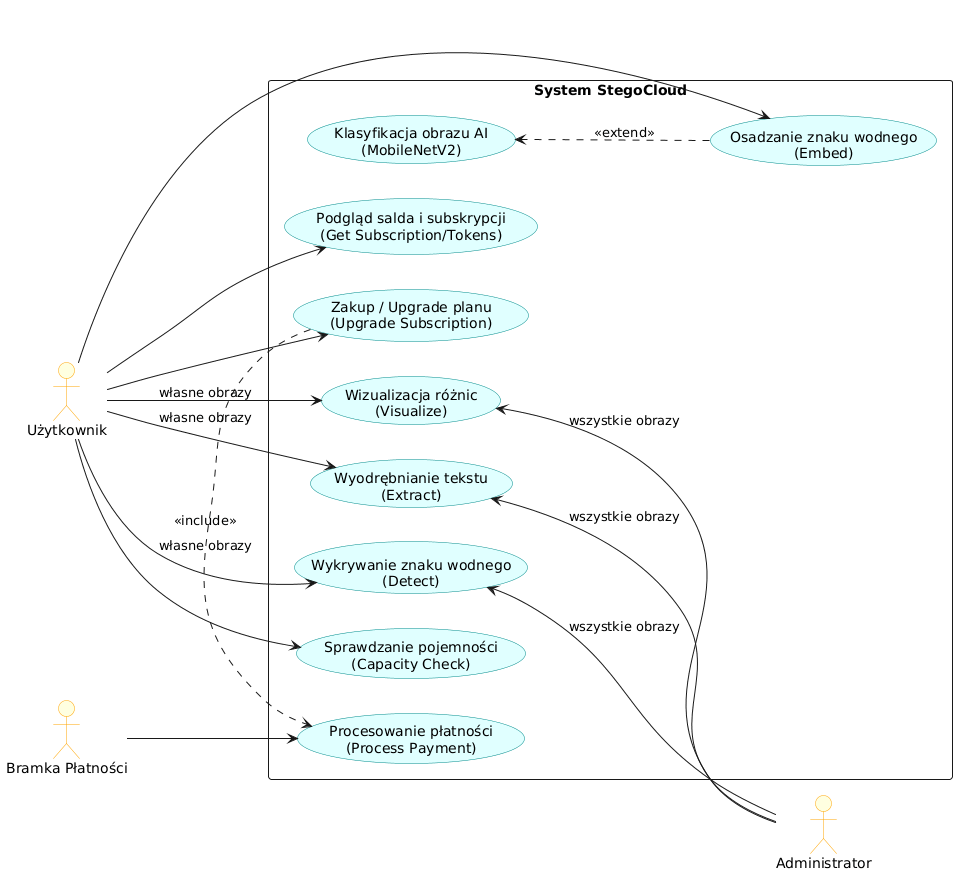
Before: dokumentacja/use_cases.png, a diagram exported from PlantUML (MateuszKosowski/pl-java2026).
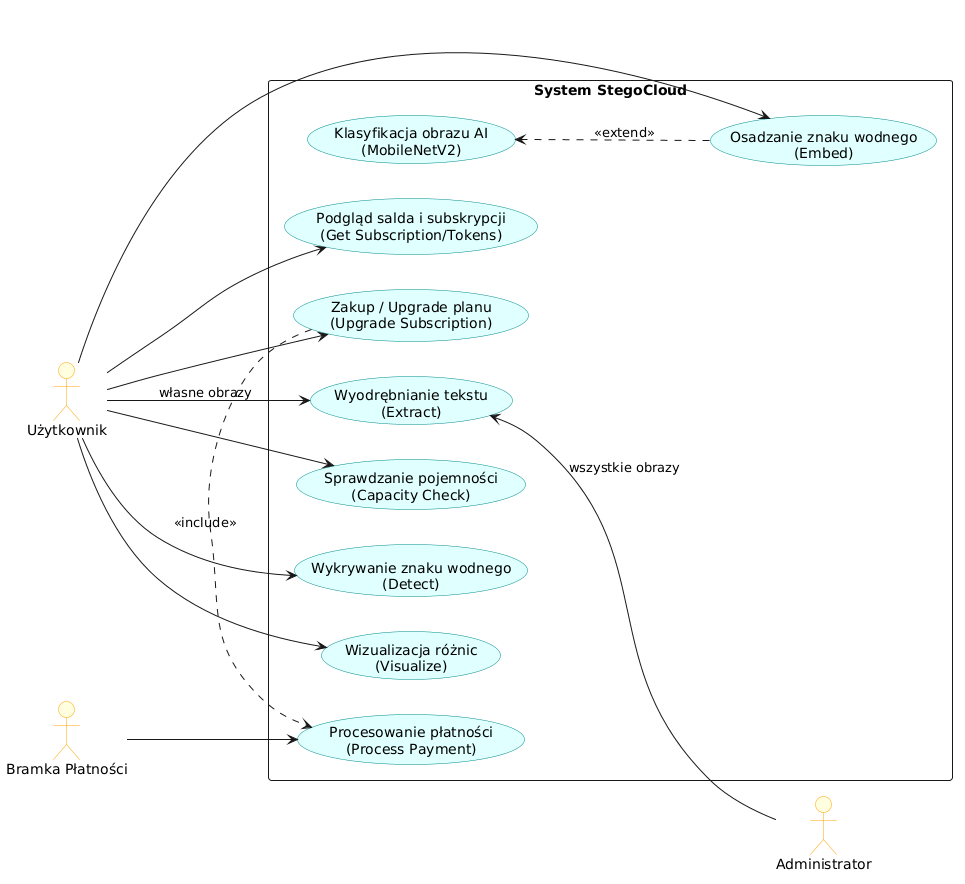
After the change.

Diff of the diagram source:
```diff
@@ -32,15 +32,13 @@
 
 user --> UC_capacity
 user --> UC_embed
-user --> UC_detect : własne obrazy
+user --> UC_detect
 user --> UC_extract : własne obrazy
-user --> UC_visualize : własne obrazy
+user --> UC_visualize
 user --> UC_status
 user --> UC_upgrade
 
-admin -up-> UC_detect : wszystkie obrazy
 admin -up-> UC_extract : wszystkie obrazy
-admin -up-> UC_visualize : wszystkie obrazy
 
 payment --> UC_payment_proc
 @enduml
```
